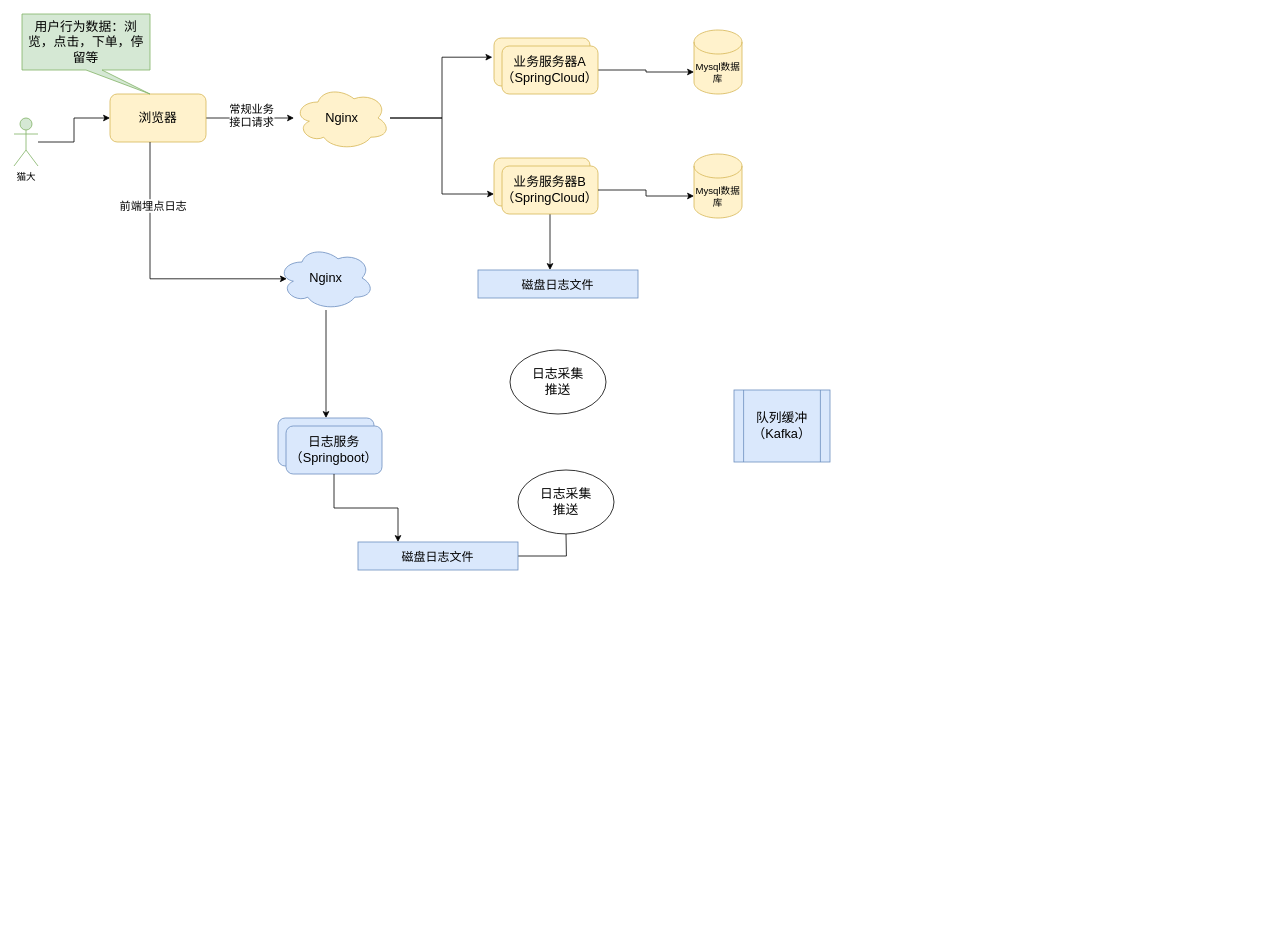
This is 数据架构图.drawio from ChengziMao/helloword, a draw.io file, before an edit. Source tidied: cells renumbered, new cells numbered last; positions are measured from the earlier drawing's top-left corner, leaving out a move shared by most shapes. Both pictures are drawn from the tidied source at 80%, with x=0, y=0 at pixel (14, 14).
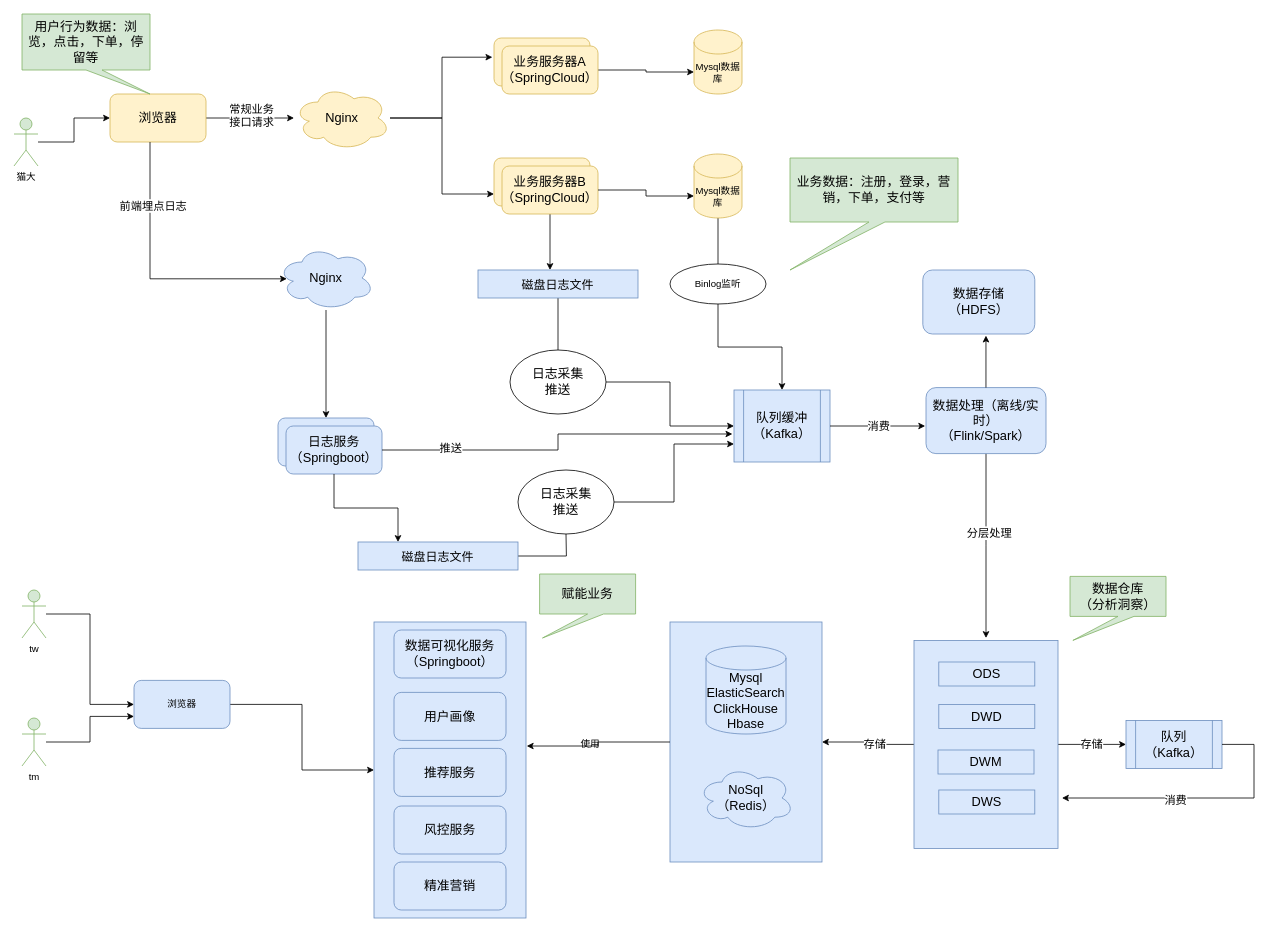
The same page after the edit.

Commit message (it also covers changes not shown here):
更新数据架构图.drawio

The change refers to these unchanged cells:
```xml
<mxCell id="20" value="Mysql数据库" style="shape=cylinder3;whiteSpace=wrap;html=1;boundedLbl=1;backgroundOutline=1;size=15;fillColor=#fff2cc;strokeColor=#d6b656;" parent="1" vertex="1">
  <mxGeometry x="850" y="175" width="60" height="80" as="geometry" />
</mxCell>
<mxCell id="28" value="日志服务&lt;div&gt;（Springboot）&lt;/div&gt;" style="rounded=1;whiteSpace=wrap;html=1;fillColor=#dae8fc;strokeColor=#6c8ebf;fontSize=16;" parent="26" vertex="1">
  <mxGeometry x="10" y="10" width="120" height="60" as="geometry" />
</mxCell>
<mxCell id="32" value="磁盘日志文件" style="rounded=0;whiteSpace=wrap;html=1;fillColor=#dae8fc;strokeColor=#6c8ebf;fontSize=15;" parent="1" vertex="1">
  <mxGeometry x="580" y="320" width="200" height="35" as="geometry" />
</mxCell>
<mxCell id="33" value="日志采集&lt;div&gt;推送&lt;/div&gt;" style="ellipse;whiteSpace=wrap;html=1;fontSize=16;" parent="1" vertex="1">
  <mxGeometry x="620" y="420" width="120" height="80" as="geometry" />
</mxCell>
<mxCell id="34" value="日志采集&lt;div&gt;推送&lt;/div&gt;" style="ellipse;whiteSpace=wrap;html=1;fontSize=16;" parent="1" vertex="1">
  <mxGeometry x="630" y="570" width="120" height="80" as="geometry" />
</mxCell>
<mxCell id="35" value="队列缓冲&lt;div&gt;（Kafka）&lt;/div&gt;" style="shape=process;whiteSpace=wrap;html=1;backgroundOutline=1;fillColor=#dae8fc;strokeColor=#6c8ebf;fontSize=16;" parent="1" vertex="1">
  <mxGeometry x="900" y="470" width="120" height="90" as="geometry" />
</mxCell>
```

What changed in the source:
```diff
@@
+    <mxCell id="36" style="edgeStyle=orthogonalEdgeStyle;rounded=0;jettySize=auto;html=1;entryX=0.5;entryY=0;entryDx=0;entryDy=0;endArrow=none;endFill=0;" parent="1" edge="1" source="20" target="43">
+      <mxGeometry relative="1" as="geometry" />
+    </mxCell>
@@
+    <mxCell id="37" style="edgeStyle=orthogonalEdgeStyle;rounded=0;jettySize=auto;html=1;entryX=0.5;entryY=0;entryDx=0;entryDy=0;endArrow=none;endFill=0;" parent="1" edge="1" source="32" target="33">
+      <mxGeometry relative="1" as="geometry" />
+    </mxCell>
@@
+    <mxCell id="38" style="edgeStyle=orthogonalEdgeStyle;rounded=0;jettySize=auto;html=1;" parent="1" edge="1" source="33" target="35">
+      <mxGeometry relative="1" as="geometry" />
+    </mxCell>
@@
+    <mxCell id="39" style="edgeStyle=orthogonalEdgeStyle;rounded=0;jettySize=auto;html=1;entryX=0;entryY=0.75;entryDx=0;entryDy=0;" parent="1" edge="1" source="34" target="35">
+      <mxGeometry relative="1" as="geometry" />
+    </mxCell>
@@
+    <mxCell id="40" style="edgeStyle=orthogonalEdgeStyle;rounded=0;jettySize=auto;html=1;entryX=-0.017;entryY=0.611;entryDx=0;entryDy=0;entryPerimeter=0;" parent="1" edge="1" source="28" target="35">
+      <mxGeometry relative="1" as="geometry" />
+    </mxCell>
+    <mxCell id="41" value="推送" style="edgeLabel;html=1;align=center;verticalAlign=middle;fontSize=14;" parent="40" vertex="1">
+      <mxGeometry x="-0.63" y="3" relative="1" as="geometry" />
+    </mxCell>
+    <mxCell id="42" style="edgeStyle=orthogonalEdgeStyle;rounded=0;jettySize=auto;html=1;" parent="1" edge="1" source="43" target="35">
+      <mxGeometry relative="1" as="geometry" />
+    </mxCell>
+    <mxCell id="43" value="Binlog监听" style="ellipse;whiteSpace=wrap;html=1;" parent="1" vertex="1">
+      <mxGeometry x="820" y="312.5" width="120" height="50" as="geometry" />
+    </mxCell>
+    <mxCell id="44" value="业务数据：注册，登录，营销，下单，支付等" style="shape=callout;whiteSpace=wrap;html=1;perimeter=calloutPerimeter;position2=0;size=60;position=0.47;fillColor=#d5e8d4;strokeColor=#82b366;fontSize=16;" parent="1" vertex="1">
+      <mxGeometry x="970" y="180" width="210" height="140" as="geometry" />
+    </mxCell>
+    <mxCell id="45" style="edgeStyle=orthogonalEdgeStyle;rounded=0;jettySize=auto;html=1;" parent="1" edge="1" source="47">
+      <mxGeometry relative="1" as="geometry">
+        <mxPoint x="1215" y="780" as="targetPoint" />
+      </mxGeometry>
+    </mxCell>
+    <mxCell id="46" value="分层处理" style="edgeLabel;html=1;align=center;verticalAlign=middle;fontSize=14;" parent="45" vertex="1">
+      <mxGeometry x="-0.15" y="3" relative="1" as="geometry">
+        <mxPoint y="1" as="offset" />
+      </mxGeometry>
+    </mxCell>
+    <mxCell id="47" value="数据处理（离线/实时）&lt;div&gt;（Flink/Spark）&lt;/div&gt;" style="rounded=1;whiteSpace=wrap;html=1;fillColor=#dae8fc;strokeColor=#6c8ebf;fontSize=16;" parent="1" vertex="1">
+      <mxGeometry x="1140" y="467" width="150" height="82.5" as="geometry" />
+    </mxCell>
+    <mxCell id="48" style="edgeStyle=orthogonalEdgeStyle;rounded=0;jettySize=auto;html=1;entryX=-0.007;entryY=0.582;entryDx=0;entryDy=0;entryPerimeter=0;" parent="1" edge="1" source="35" target="47">
+      <mxGeometry relative="1" as="geometry" />
+    </mxCell>
+    <mxCell id="49" value="消费" style="edgeLabel;html=1;align=center;verticalAlign=middle;fontSize=14;" parent="48" vertex="1">
+      <mxGeometry x="0.01" relative="1" as="geometry" />
+    </mxCell>
+    <mxCell id="50" value="数据存储&lt;div&gt;（HDFS）&lt;/div&gt;" style="rounded=1;whiteSpace=wrap;html=1;fillColor=#dae8fc;strokeColor=#6c8ebf;fontSize=16;" parent="1" vertex="1">
+      <mxGeometry x="1136" y="320" width="140" height="80" as="geometry" />
+    </mxCell>
+    <mxCell id="51" style="edgeStyle=orthogonalEdgeStyle;rounded=0;jettySize=auto;html=1;entryX=0.564;entryY=1.025;entryDx=0;entryDy=0;entryPerimeter=0;" parent="1" edge="1" source="47" target="50">
+      <mxGeometry relative="1" as="geometry" />
+    </mxCell>
+    <mxCell id="52" style="whiteSpace=wrap;html=1;fillColor=#dae8fc;strokeColor=#6c8ebf;" parent="1" vertex="1">
+      <mxGeometry x="450" y="760" width="190" height="370" as="geometry" />
+    </mxCell>
+    <mxCell id="53" style="whiteSpace=wrap;html=1;fillColor=#dae8fc;strokeColor=#6c8ebf;" parent="1" vertex="1">
+      <mxGeometry x="820" y="760" width="190" height="300" as="geometry" />
+    </mxCell>
+    <mxCell id="54" value="数据可视化服务&lt;div&gt;（Springboot）&lt;/div&gt;" style="rounded=1;whiteSpace=wrap;html=1;fillColor=#dae8fc;strokeColor=#6c8ebf;fontSize=16;" parent="1" vertex="1">
+      <mxGeometry x="475" y="770" width="140" height="60" as="geometry" />
+    </mxCell>
+    <mxCell id="55" value="用户画像" style="rounded=1;whiteSpace=wrap;html=1;fillColor=#dae8fc;strokeColor=#6c8ebf;fontSize=16;" parent="1" vertex="1">
+      <mxGeometry x="475" y="848" width="140" height="60" as="geometry" />
+    </mxCell>
+    <mxCell id="56" value="推荐服务" style="rounded=1;whiteSpace=wrap;html=1;fillColor=#dae8fc;strokeColor=#6c8ebf;fontSize=16;" parent="1" vertex="1">
+      <mxGeometry x="475" y="918" width="140" height="60" as="geometry" />
+    </mxCell>
+    <mxCell id="57" value="风控服务" style="rounded=1;whiteSpace=wrap;html=1;fillColor=#dae8fc;strokeColor=#6c8ebf;fontSize=16;" parent="1" vertex="1">
+      <mxGeometry x="475" y="990" width="140" height="60" as="geometry" />
+    </mxCell>
+    <mxCell id="58" value="精准营销" style="rounded=1;whiteSpace=wrap;html=1;fillColor=#dae8fc;strokeColor=#6c8ebf;fontSize=16;" parent="1" vertex="1">
+      <mxGeometry x="475" y="1060" width="140" height="60" as="geometry" />
+    </mxCell>
+    <mxCell id="59" value="赋能业务" style="shape=callout;whiteSpace=wrap;html=1;perimeter=calloutPerimeter;position2=0.03;fillColor=#d5e8d4;strokeColor=#82b366;fontSize=16;" parent="1" vertex="1">
+      <mxGeometry x="657" y="700" width="120" height="80" as="geometry" />
+    </mxCell>
+    <mxCell id="60" value="Mysql&lt;div&gt;ElasticSearch&lt;/div&gt;&lt;div&gt;ClickHouse&lt;/div&gt;&lt;div&gt;Hbase&lt;/div&gt;" style="shape=cylinder3;whiteSpace=wrap;html=1;boundedLbl=1;backgroundOutline=1;size=15;fillColor=#dae8fc;strokeColor=#6c8ebf;fontSize=16;" parent="1" vertex="1">
+      <mxGeometry x="865" y="790" width="100" height="110" as="geometry" />
+    </mxCell>
+    <mxCell id="61" value="NoSql&lt;div&gt;（Redis）&lt;/div&gt;" style="ellipse;shape=cloud;whiteSpace=wrap;html=1;fillColor=#dae8fc;strokeColor=#6c8ebf;fontSize=16;" parent="1" vertex="1">
+      <mxGeometry x="855" y="940" width="120" height="80" as="geometry" />
+    </mxCell>
+    <mxCell id="62" style="edgeStyle=orthogonalEdgeStyle;rounded=0;jettySize=auto;html=1;entryX=1.005;entryY=0.419;entryDx=0;entryDy=0;entryPerimeter=0;" parent="1" edge="1" source="53" target="52">
+      <mxGeometry relative="1" as="geometry" />
+    </mxCell>
+    <mxCell id="63" value="使用" style="text;html=1;align=center;verticalAlign=middle;strokeColor=none;fillColor=none;" parent="1" vertex="1">
+      <mxGeometry x="695" y="898" width="50" height="30" as="geometry" />
+    </mxCell>
+    <mxCell id="64" style="edgeStyle=orthogonalEdgeStyle;rounded=0;jettySize=auto;html=1;entryX=0;entryY=0.5;entryDx=0;entryDy=0;" parent="1" edge="1" source="68" target="73">
+      <mxGeometry relative="1" as="geometry" />
+    </mxCell>
+    <mxCell id="65" value="存储" style="edgeLabel;html=1;align=center;verticalAlign=middle;fontSize=14;" parent="64" vertex="1">
+      <mxGeometry x="-0.04" y="1" relative="1" as="geometry" />
+    </mxCell>
+    <mxCell id="66" style="edgeStyle=orthogonalEdgeStyle;rounded=0;jettySize=auto;html=1;entryX=1;entryY=0.5;entryDx=0;entryDy=0;" parent="1" edge="1" source="68" target="53">
+      <mxGeometry relative="1" as="geometry" />
+    </mxCell>
+    <mxCell id="67" value="存储" style="edgeLabel;html=1;align=center;verticalAlign=middle;fontSize=14;" parent="66" vertex="1">
+      <mxGeometry x="-0.15" y="-1" relative="1" as="geometry" />
+    </mxCell>
+    <mxCell id="68" style="whiteSpace=wrap;html=1;fillColor=#dae8fc;strokeColor=#6c8ebf;" parent="1" vertex="1">
+      <mxGeometry x="1125" y="783" width="180" height="260" as="geometry" />
+    </mxCell>
+    <mxCell id="69" value="&lt;font style=&quot;font-size: 16px;&quot;&gt;ODS&lt;/font&gt;" style="rounded=0;whiteSpace=wrap;html=1;fillColor=#dae8fc;strokeColor=#6c8ebf;" parent="1" vertex="1">
+      <mxGeometry x="1156" y="810" width="120" height="30" as="geometry" />
+    </mxCell>
+    <mxCell id="70" value="&lt;font style=&quot;font-size: 16px;&quot;&gt;DWD&lt;/font&gt;" style="rounded=0;whiteSpace=wrap;html=1;fillColor=#dae8fc;strokeColor=#6c8ebf;" parent="1" vertex="1">
+      <mxGeometry x="1156" y="863" width="120" height="30" as="geometry" />
+    </mxCell>
+    <mxCell id="71" value="&lt;font style=&quot;font-size: 16px;&quot;&gt;DWM&lt;/font&gt;" style="rounded=0;whiteSpace=wrap;html=1;fillColor=#dae8fc;strokeColor=#6c8ebf;" parent="1" vertex="1">
+      <mxGeometry x="1155" y="920" width="120" height="30" as="geometry" />
+    </mxCell>
+    <mxCell id="72" value="&lt;font style=&quot;font-size: 16px;&quot;&gt;DWS&lt;/font&gt;" style="rounded=0;whiteSpace=wrap;html=1;fillColor=#dae8fc;strokeColor=#6c8ebf;" parent="1" vertex="1">
+      <mxGeometry x="1156" y="970" width="120" height="30" as="geometry" />
+    </mxCell>
+    <mxCell id="73" value="队列&lt;div&gt;（Kafka）&lt;/div&gt;" style="shape=process;whiteSpace=wrap;html=1;backgroundOutline=1;fillColor=#dae8fc;strokeColor=#6c8ebf;fontSize=16;" parent="1" vertex="1">
+      <mxGeometry x="1390" y="883" width="120" height="60" as="geometry" />
+    </mxCell>
+    <mxCell id="74" style="edgeStyle=orthogonalEdgeStyle;rounded=0;jettySize=auto;html=1;" parent="1" edge="1" source="73">
+      <mxGeometry relative="1" as="geometry">
+        <mxPoint x="1310" y="980" as="targetPoint" />
+        <Array as="points">
+          <mxPoint x="1550" y="913" />
+          <mxPoint x="1550" y="980" />
+        </Array>
+      </mxGeometry>
+    </mxCell>
+    <mxCell id="75" value="消费" style="edgeLabel;html=1;align=center;verticalAlign=middle;fontSize=14;" parent="74" vertex="1">
+      <mxGeometry x="0.19" y="2" relative="1" as="geometry" />
+    </mxCell>
+    <mxCell id="76" style="edgeStyle=orthogonalEdgeStyle;rounded=0;jettySize=auto;html=1;" parent="1" edge="1" source="77" target="52">
+      <mxGeometry relative="1" as="geometry" />
+    </mxCell>
+    <mxCell id="77" value="浏览器" style="rounded=1;whiteSpace=wrap;html=1;fillColor=#dae8fc;strokeColor=#6c8ebf;" parent="1" vertex="1">
+      <mxGeometry x="150" y="833" width="120" height="60" as="geometry" />
+    </mxCell>
+    <mxCell id="78" style="edgeStyle=orthogonalEdgeStyle;rounded=0;jettySize=auto;html=1;entryX=0;entryY=0.5;entryDx=0;entryDy=0;" parent="1" edge="1" source="79" target="77">
+      <mxGeometry relative="1" as="geometry" />
+    </mxCell>
+    <mxCell id="79" value="tw" style="shape=umlActor;verticalLabelPosition=bottom;verticalAlign=top;html=1;outlineConnect=0;fillColor=#d5e8d4;strokeColor=#82b366;" parent="1" vertex="1">
+      <mxGeometry x="10" y="720" width="30" height="60" as="geometry" />
+    </mxCell>
+    <mxCell id="80" style="edgeStyle=orthogonalEdgeStyle;rounded=0;jettySize=auto;html=1;entryX=0;entryY=0.75;entryDx=0;entryDy=0;" parent="1" edge="1" source="81" target="77">
+      <mxGeometry relative="1" as="geometry" />
+    </mxCell>
+    <mxCell id="81" value="tm" style="shape=umlActor;verticalLabelPosition=bottom;verticalAlign=top;html=1;outlineConnect=0;fillColor=#d5e8d4;strokeColor=#82b366;" parent="1" vertex="1">
+      <mxGeometry x="10" y="880" width="30" height="60" as="geometry" />
+    </mxCell>
+    <mxCell id="82" value="数据仓库&lt;div&gt;（分析洞察）&lt;/div&gt;" style="shape=callout;whiteSpace=wrap;html=1;perimeter=calloutPerimeter;position2=0.03;fillColor=#d5e8d4;strokeColor=#82b366;fontSize=16;" parent="1" vertex="1">
+      <mxGeometry x="1320" y="703" width="120" height="80" as="geometry" />
+    </mxCell>
```
